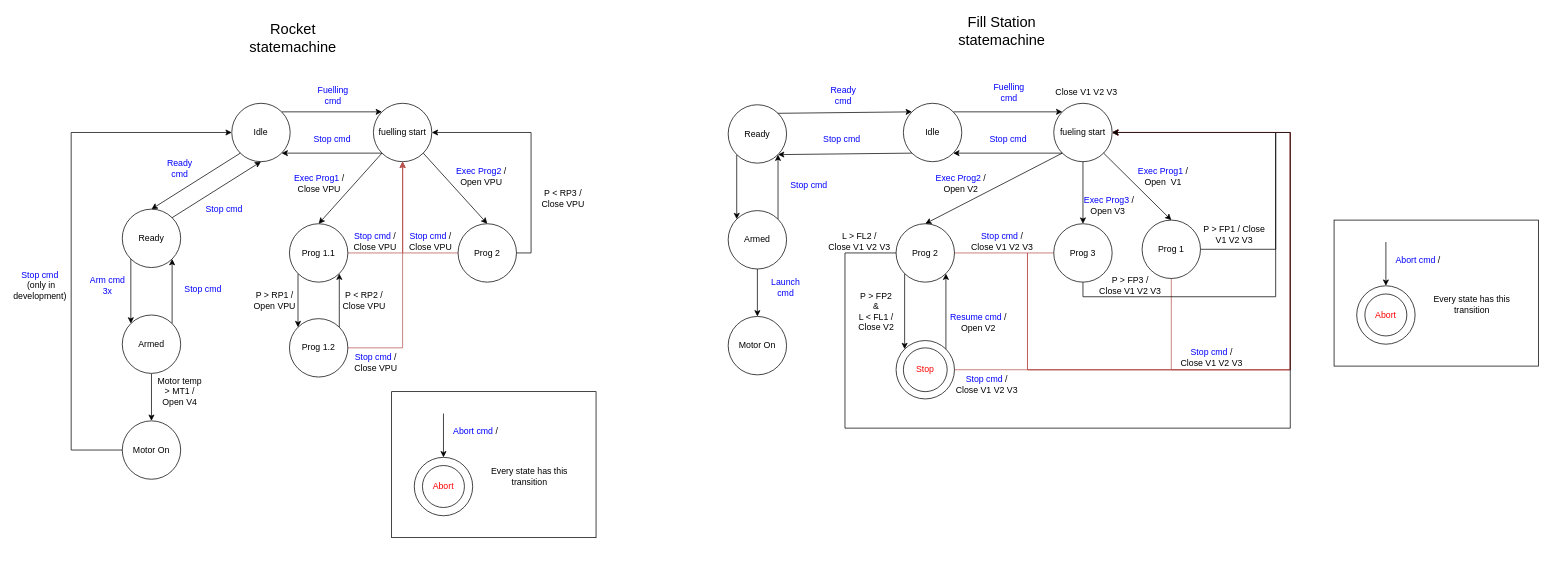
Earlier version of the draw.io diagram page "Maquinas de estado" (4 of 6) of SupportingDocs/EmbededT1.drawio (dvalnn/INV2_Firmware). Source tidied: cells renumbered, new cells numbered last; positions are measured from the earlier drawing's top-left corner, leaving out a move shared by most shapes. Both pictures are drawn from the tidied source at 73%, with x=0, y=0 at pixel (12, 19).
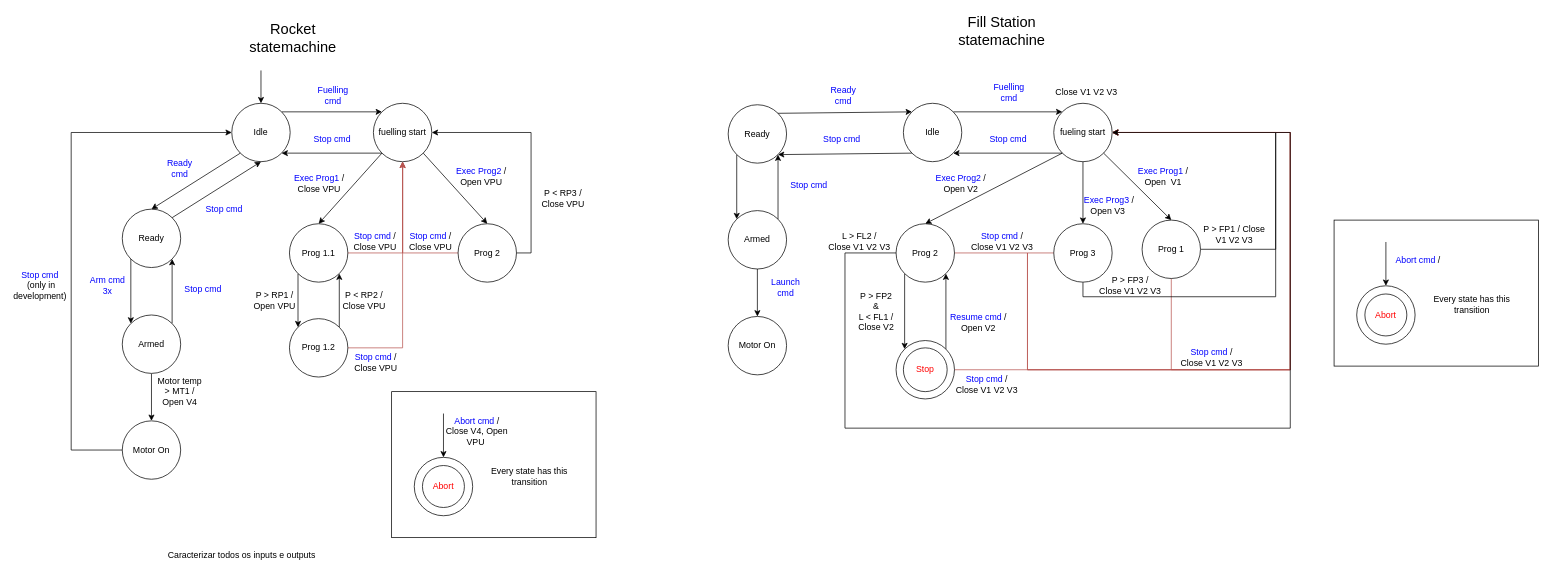
The same page after the edit.

The change refers to these unchanged cells:
```xml
<mxCell id="21" value="Idle" style="ellipse;whiteSpace=wrap;html=1;" parent="1" vertex="1">
  <mxGeometry x="300" y="115" width="80" height="80" as="geometry" />
</mxCell>
```

The edit, as a diff of the source:
```diff
@@
-    <mxCell id="88" value="&lt;font color=&quot;#0000ff&quot;&gt;Abort cmd&lt;/font&gt; /&amp;nbsp;" style="text;html=1;align=center;verticalAlign=middle;whiteSpace=wrap;rounded=0;" parent="1" vertex="1">
+    <mxCell id="88" value="&lt;font color=&quot;#0000ff&quot;&gt;Abort cmd&lt;/font&gt; /&lt;div&gt;Close V4, Open VPU&amp;nbsp;&lt;/div&gt;" style="text;html=1;align=center;verticalAlign=middle;whiteSpace=wrap;rounded=0;" parent="1" vertex="1">
       <mxGeometry x="592" y="550" width="88" height="30" as="geometry" />
     </mxCell>
@@
+    <mxCell id="108" style="endArrow=classic;html=1;rounded=0;entryX=0.5;entryY=0;entryDx=0;entryDy=0;" parent="1" edge="1" target="21">
+      <mxGeometry relative="1" as="geometry">
+        <mxPoint x="340" y="70" as="sourcePoint" />
+      </mxGeometry>
+    </mxCell>
+    <mxCell id="109" value="Caracterizar todos os inputs e outputs&amp;nbsp;" style="text;html=1;align=center;verticalAlign=middle;whiteSpace=wrap;rounded=0;" parent="1" vertex="1">
+      <mxGeometry x="200" y="720" width="231" height="30" as="geometry" />
+    </mxCell>
```
